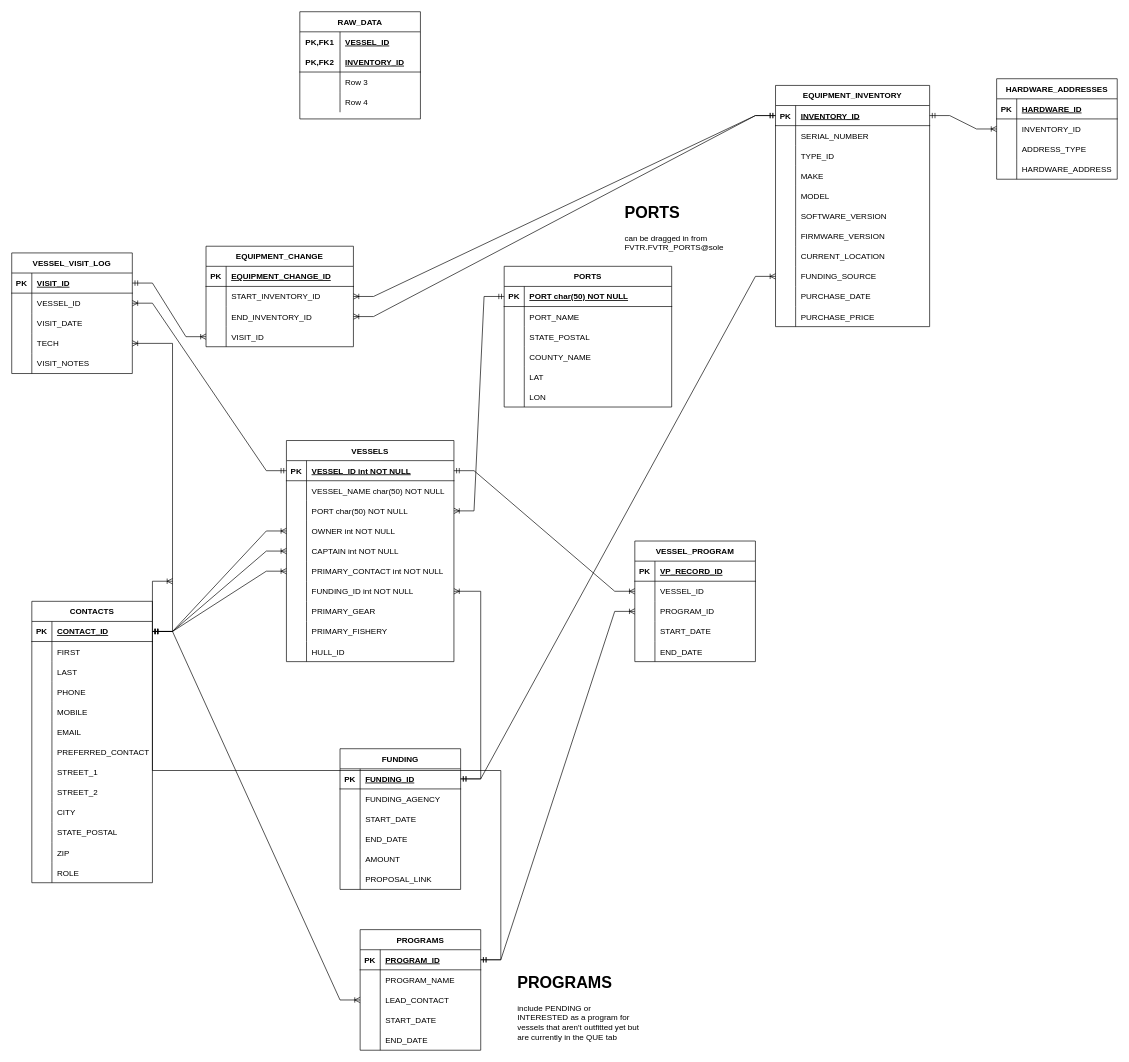
This is eMOLT.drawio from GMaynard1/emolt_project_management, a draw.io file, before an edit. Source tidied: cells renumbered, new cells numbered last; positions are measured from the earlier drawing's top-left corner, leaving out a move shared by most shapes. Both pictures are drawn from the tidied source at 67%, with x=0, y=0 at pixel (11, 11).
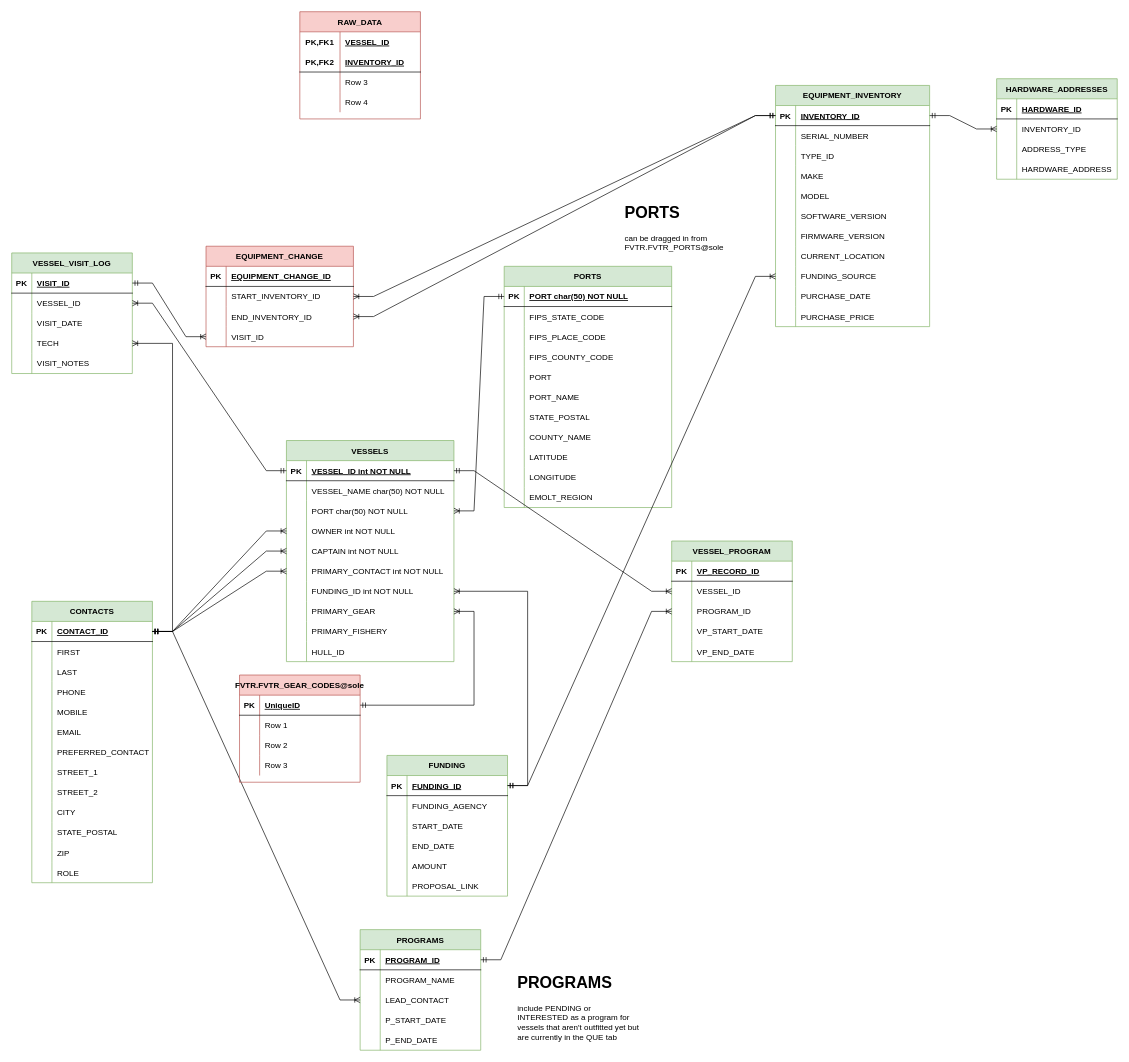
After the change.

Unchanged cells that the change refers to:
```xml
<mxCell id="6" style="shape=partialRectangle;fillColor=none;top=0;left=0;right=0;bottom=0;" parent="2" vertex="1">
  <mxGeometry y="60" width="250" height="30" as="geometry" />
</mxCell>
<mxCell id="9" style="shape=partialRectangle;fillColor=none;top=0;left=0;right=0;bottom=0;" parent="2" vertex="1">
  <mxGeometry y="90" width="250" height="30" as="geometry" />
</mxCell>
<mxCell id="12" style="shape=partialRectangle;fillColor=none;top=0;left=0;right=0;bottom=0;" parent="2" vertex="1">
  <mxGeometry y="120" width="250" height="30" as="geometry" />
</mxCell>
<mxCell id="15" style="shape=partialRectangle;fillColor=none;top=0;left=0;right=0;bottom=0;" parent="2" vertex="1">
  <mxGeometry y="150" width="250" height="30" as="geometry" />
</mxCell>
<mxCell id="18" style="shape=partialRectangle;fillColor=none;top=0;left=0;right=0;bottom=0;" parent="2" vertex="1">
  <mxGeometry y="180" width="250" height="30" as="geometry" />
</mxCell>
<mxCell id="43" style="shape=partialRectangle;fillColor=none;points=[[0,0.5],[1,0.5]];portConstraint=eastwest;top=0;left=0;right=0;bottom=0;" parent="21" vertex="1">
  <mxGeometry y="240" width="250" height="30" as="geometry" />
</mxCell>
<mxCell id="97" style="shape=partialRectangle;fillColor=none;top=0;left=0;bottom=1;right=0;points=[[0,0.5],[1,0.5]];portConstraint=eastwest;" parent="96" vertex="1">
  <mxGeometry y="30" width="180" height="30" as="geometry" />
</mxCell>
<mxCell id="106" style="shape=partialRectangle;fillColor=none;top=0;left=0;bottom=0;right=0;" parent="96" vertex="1">
  <mxGeometry y="120" width="180" height="30" as="geometry" />
</mxCell>
<mxCell id="109" style="shape=partialRectangle;fillColor=none;top=0;left=0;bottom=0;right=0;" parent="96" vertex="1">
  <mxGeometry y="150" width="180" height="30" as="geometry" />
</mxCell>
<mxCell id="229" style="shape=tableRow;horizontal=0;startSize=0;swimlaneHead=0;swimlaneBody=0;fillColor=none;top=0;left=0;right=0;bottom=0;" parent="219" vertex="1">
  <mxGeometry y="120" width="180" height="30" as="geometry" />
</mxCell>
<mxCell id="232" style="shape=tableRow;horizontal=0;startSize=0;swimlaneHead=0;swimlaneBody=0;fillColor=none;top=0;left=0;right=0;bottom=0;" parent="219" vertex="1">
  <mxGeometry y="150" width="180" height="30" as="geometry" />
</mxCell>
```

Change to the diagram source:
```diff
@@
-    <mxCell id="2" value="PORTS" style="shape=table;startSize=30;childLayout=tableLayout;rowLines=0;fontStyle=1;align=center;" parent="1" vertex="1">
-      <mxGeometry x="735" y="380" width="250" height="210" as="geometry" />
+    <mxCell id="2" value="PORTS" style="shape=table;startSize=30;childLayout=tableLayout;rowLines=0;fontStyle=1;align=center;fillColor=#d5e8d4;strokeColor=#82b366;" parent="1" vertex="1">
+      <mxGeometry x="735" y="380" width="250" height="360" as="geometry" />
     </mxCell>
@@
-    <mxCell id="8" value="PORT_NAME " style="shape=partialRectangle;overflow=hidden;fillColor=none;top=0;left=0;bottom=0;right=0;align=left;spacingLeft=6;" parent="6" vertex="1">
+    <mxCell id="8" value="FIPS_STATE_CODE" style="shape=partialRectangle;overflow=hidden;fillColor=none;top=0;left=0;bottom=0;right=0;align=left;spacingLeft=6;" parent="6" vertex="1">
       <mxGeometry x="30" width="220" height="30" as="geometry" />
     </mxCell>
@@
-    <mxCell id="11" value="STATE_POSTAL" style="shape=partialRectangle;overflow=hidden;fillColor=none;top=0;left=0;bottom=0;right=0;align=left;spacingLeft=6;" parent="9" vertex="1">
+    <mxCell id="11" value="FIPS_PLACE_CODE" style="shape=partialRectangle;overflow=hidden;fillColor=none;top=0;left=0;bottom=0;right=0;align=left;spacingLeft=6;" parent="9" vertex="1">
       <mxGeometry x="30" width="220" height="30" as="geometry" />
     </mxCell>
@@
-    <mxCell id="14" value="COUNTY_NAME" style="shape=partialRectangle;overflow=hidden;fillColor=none;top=0;left=0;bottom=0;right=0;align=left;spacingLeft=6;" parent="12" vertex="1">
+    <mxCell id="14" value="FIPS_COUNTY_CODE" style="shape=partialRectangle;overflow=hidden;fillColor=none;top=0;left=0;bottom=0;right=0;align=left;spacingLeft=6;" parent="12" vertex="1">
       <mxGeometry x="30" width="220" height="30" as="geometry" />
     </mxCell>
@@
-    <mxCell id="17" value="LAT" style="shape=partialRectangle;overflow=hidden;fillColor=none;top=0;left=0;bottom=0;right=0;align=left;spacingLeft=6;" parent="15" vertex="1">
+    <mxCell id="17" value="PORT" style="shape=partialRectangle;overflow=hidden;fillColor=none;top=0;left=0;bottom=0;right=0;align=left;spacingLeft=6;" parent="15" vertex="1">
       <mxGeometry x="30" width="220" height="30" as="geometry" />
     </mxCell>
@@
-    <mxCell id="20" value="LON" style="shape=partialRectangle;overflow=hidden;fillColor=none;top=0;left=0;bottom=0;right=0;align=left;spacingLeft=6;" parent="18" vertex="1">
+    <mxCell id="20" value="PORT_NAME" style="shape=partialRectangle;overflow=hidden;fillColor=none;top=0;left=0;bottom=0;right=0;align=left;spacingLeft=6;" parent="18" vertex="1">
       <mxGeometry x="30" width="220" height="30" as="geometry" />
     </mxCell>
+    <mxCell id="250" style="shape=partialRectangle;fillColor=none;top=0;left=0;right=0;bottom=0;" parent="2" vertex="1">
+      <mxGeometry y="210" width="250" height="30" as="geometry" />
+    </mxCell>
+    <mxCell id="251" style="shape=partialRectangle;overflow=hidden;fillColor=none;top=0;left=0;bottom=0;right=0;" parent="250" vertex="1">
+      <mxGeometry width="30" height="30" as="geometry" />
+    </mxCell>
+    <mxCell id="252" value="STATE_POSTAL" style="shape=partialRectangle;overflow=hidden;fillColor=none;top=0;left=0;bottom=0;right=0;align=left;spacingLeft=6;" parent="250" vertex="1">
+      <mxGeometry x="30" width="220" height="30" as="geometry" />
+    </mxCell>
+    <mxCell id="253" style="shape=partialRectangle;fillColor=none;top=0;left=0;right=0;bottom=0;" parent="2" vertex="1">
+      <mxGeometry y="240" width="250" height="30" as="geometry" />
+    </mxCell>
+    <mxCell id="254" style="shape=partialRectangle;overflow=hidden;fillColor=none;top=0;left=0;bottom=0;right=0;" parent="253" vertex="1">
+      <mxGeometry width="30" height="30" as="geometry" />
+    </mxCell>
+    <mxCell id="255" value="COUNTY_NAME" style="shape=partialRectangle;overflow=hidden;fillColor=none;top=0;left=0;bottom=0;right=0;align=left;spacingLeft=6;" parent="253" vertex="1">
+      <mxGeometry x="30" width="220" height="30" as="geometry" />
+    </mxCell>
+    <mxCell id="256" style="shape=partialRectangle;fillColor=none;top=0;left=0;right=0;bottom=0;" parent="2" vertex="1">
+      <mxGeometry y="270" width="250" height="30" as="geometry" />
+    </mxCell>
+    <mxCell id="257" style="shape=partialRectangle;overflow=hidden;fillColor=none;top=0;left=0;bottom=0;right=0;" parent="256" vertex="1">
+      <mxGeometry width="30" height="30" as="geometry" />
+    </mxCell>
+    <mxCell id="258" value="LATITUDE" style="shape=partialRectangle;overflow=hidden;fillColor=none;top=0;left=0;bottom=0;right=0;align=left;spacingLeft=6;" parent="256" vertex="1">
+      <mxGeometry x="30" width="220" height="30" as="geometry" />
+    </mxCell>
+    <mxCell id="259" style="shape=partialRectangle;fillColor=none;top=0;left=0;right=0;bottom=0;" parent="2" vertex="1">
+      <mxGeometry y="300" width="250" height="30" as="geometry" />
+    </mxCell>
+    <mxCell id="260" style="shape=partialRectangle;overflow=hidden;fillColor=none;top=0;left=0;bottom=0;right=0;" parent="259" vertex="1">
+      <mxGeometry width="30" height="30" as="geometry" />
+    </mxCell>
+    <mxCell id="261" value="LONGITUDE" style="shape=partialRectangle;overflow=hidden;fillColor=none;top=0;left=0;bottom=0;right=0;align=left;spacingLeft=6;" parent="259" vertex="1">
+      <mxGeometry x="30" width="220" height="30" as="geometry" />
+    </mxCell>
+    <mxCell id="262" style="shape=partialRectangle;fillColor=none;top=0;left=0;right=0;bottom=0;" parent="2" vertex="1">
+      <mxGeometry y="330" width="250" height="30" as="geometry" />
+    </mxCell>
+    <mxCell id="263" style="shape=partialRectangle;overflow=hidden;fillColor=none;top=0;left=0;bottom=0;right=0;" parent="262" vertex="1">
+      <mxGeometry width="30" height="30" as="geometry" />
+    </mxCell>
+    <mxCell id="264" value="EMOLT_REGION" style="shape=partialRectangle;overflow=hidden;fillColor=none;top=0;left=0;bottom=0;right=0;align=left;spacingLeft=6;" parent="262" vertex="1">
+      <mxGeometry x="30" width="220" height="30" as="geometry" />
+    </mxCell>
-    <mxCell id="21" value="VESSELS" style="shape=table;startSize=30;childLayout=tableLayout;rowLines=0;fontStyle=1;align=center;" parent="1" vertex="1">
+    <mxCell id="21" value="VESSELS" style="shape=table;startSize=30;childLayout=tableLayout;rowLines=0;fontStyle=1;align=center;fillColor=#d5e8d4;strokeColor=#82b366;" parent="1" vertex="1">
       <mxGeometry x="410" y="640" width="250" height="330" as="geometry" />
     </mxCell>
@@
-    <mxCell id="53" value="CONTACTS" style="shape=table;startSize=30;childLayout=tableLayout;rowLines=0;fontStyle=1;align=center;" parent="1" vertex="1">
+    <mxCell id="53" value="CONTACTS" style="shape=table;startSize=30;childLayout=tableLayout;rowLines=0;fontStyle=1;align=center;fillColor=#d5e8d4;strokeColor=#82b366;" parent="1" vertex="1">
       <mxGeometry x="30" y="880" width="180" height="420" as="geometry" />
     </mxCell>
@@
-    <mxCell id="96" value="PROGRAMS" style="shape=table;startSize=30;childLayout=tableLayout;rowLines=0;fontStyle=1;align=center;" parent="1" vertex="1">
+    <mxCell id="96" value="PROGRAMS" style="shape=table;startSize=30;childLayout=tableLayout;rowLines=0;fontStyle=1;align=center;fillColor=#d5e8d4;strokeColor=#82b366;" parent="1" vertex="1">
       <mxGeometry x="520" y="1370" width="180" height="180" as="geometry" />
     </mxCell>
@@
-    <mxCell id="108" value="START_DATE" style="shape=partialRectangle;fillColor=none;top=0;left=0;bottom=0;right=0;align=left;spacingLeft=6;overflow=hidden;" parent="106" vertex="1">
+    <mxCell id="108" value="P_START_DATE" style="shape=partialRectangle;fillColor=none;top=0;left=0;bottom=0;right=0;align=left;spacingLeft=6;overflow=hidden;" parent="106" vertex="1">
       <mxGeometry x="30" width="150" height="30" as="geometry" />
     </mxCell>
@@
-    <mxCell id="111" value="END_DATE" style="shape=partialRectangle;fillColor=none;top=0;left=0;bottom=0;right=0;align=left;spacingLeft=6;overflow=hidden;" parent="109" vertex="1">
+    <mxCell id="111" value="P_END_DATE" style="shape=partialRectangle;fillColor=none;top=0;left=0;bottom=0;right=0;align=left;spacingLeft=6;overflow=hidden;" parent="109" vertex="1">
       <mxGeometry x="30" width="150" height="30" as="geometry" />
     </mxCell>
-    <mxCell id="112" style="edgeStyle=entityRelationEdgeStyle;fontSize=12;html=1;endArrow=ERoneToMany;startArrow=ERmandOne;rounded=0;" parent="1" edge="1" source="97">
-      <mxGeometry relative="1" as="geometry">
-        <mxPoint x="240" y="850" as="targetPoint" />
-      </mxGeometry>
-    </mxCell>
@@
-    <mxCell id="114" value="FUNDING" style="shape=table;startSize=30;childLayout=tableLayout;rowLines=0;fontStyle=1;align=center;" parent="1" vertex="1">
-      <mxGeometry x="490" y="1100" width="180" height="210" as="geometry" />
+    <mxCell id="114" value="FUNDING" style="shape=table;startSize=30;childLayout=tableLayout;rowLines=0;fontStyle=1;align=center;fillColor=#d5e8d4;strokeColor=#82b366;" parent="1" vertex="1">
+      <mxGeometry x="560" y="1110" width="180" height="210" as="geometry" />
     </mxCell>
@@
-    <mxCell id="134" value="VESSEL_VISIT_LOG" style="shape=table;startSize=30;childLayout=tableLayout;rowLines=0;fontStyle=1;align=center;" parent="1" vertex="1">
+    <mxCell id="134" value="VESSEL_VISIT_LOG" style="shape=table;startSize=30;childLayout=tableLayout;rowLines=0;fontStyle=1;align=center;fillColor=#d5e8d4;strokeColor=#82b366;" parent="1" vertex="1">
       <mxGeometry y="360" width="180" height="180" as="geometry" />
     </mxCell>
@@
-    <mxCell id="152" value="EQUIPMENT_CHANGE" style="shape=table;startSize=30;childLayout=tableLayout;rowLines=0;fontStyle=1;align=center;" parent="1" vertex="1">
+    <mxCell id="152" value="EQUIPMENT_CHANGE" style="shape=table;startSize=30;childLayout=tableLayout;rowLines=0;fontStyle=1;align=center;fillColor=#f8cecc;strokeColor=#b85450;" parent="1" vertex="1">
       <mxGeometry x="290" y="350" width="220" height="150" as="geometry" />
     </mxCell>
@@
-    <mxCell id="165" value="EQUIPMENT_INVENTORY" style="shape=table;startSize=30;childLayout=tableLayout;rowLines=0;fontStyle=1;align=center;" parent="1" vertex="1">
+    <mxCell id="165" value="EQUIPMENT_INVENTORY" style="shape=table;startSize=30;childLayout=tableLayout;rowLines=0;fontStyle=1;align=center;fillColor=#d5e8d4;strokeColor=#82b366;" parent="1" vertex="1">
       <mxGeometry x="1140" y="110" width="230" height="360" as="geometry" />
     </mxCell>
@@
-    <mxCell id="205" value="HARDWARE_ADDRESSES" style="shape=table;startSize=30;childLayout=tableLayout;rowLines=0;fontStyle=1;align=center;" parent="1" vertex="1">
+    <mxCell id="205" value="HARDWARE_ADDRESSES" style="shape=table;startSize=30;childLayout=tableLayout;rowLines=0;fontStyle=1;align=center;fillColor=#d5e8d4;strokeColor=#82b366;" parent="1" vertex="1">
       <mxGeometry x="1470" y="100" width="180" height="150" as="geometry" />
     </mxCell>
@@
-    <mxCell id="219" value="VESSEL_PROGRAM" style="shape=table;startSize=30;childLayout=tableLayout;rowLines=0;fontStyle=1;align=center;" parent="1" vertex="1">
-      <mxGeometry x="930" y="790" width="180" height="180" as="geometry" />
+    <mxCell id="219" value="VESSEL_PROGRAM" style="shape=table;startSize=30;childLayout=tableLayout;rowLines=0;fontStyle=1;align=center;fillColor=#d5e8d4;strokeColor=#82b366;" parent="1" vertex="1">
+      <mxGeometry x="985" y="790" width="180" height="180" as="geometry" />
     </mxCell>
@@
-    <mxCell id="231" value="START_DATE" style="shape=partialRectangle;fillColor=none;top=0;left=0;bottom=0;right=0;align=left;spacingLeft=6;overflow=hidden;" parent="229" vertex="1">
+    <mxCell id="231" value="VP_START_DATE" style="shape=partialRectangle;fillColor=none;top=0;left=0;bottom=0;right=0;align=left;spacingLeft=6;overflow=hidden;" parent="229" vertex="1">
       <mxGeometry x="30" width="150" height="30" as="geometry" />
     </mxCell>
@@
-    <mxCell id="234" value="END_DATE" style="shape=partialRectangle;fillColor=none;top=0;left=0;bottom=0;right=0;align=left;spacingLeft=6;overflow=hidden;" parent="232" vertex="1">
+    <mxCell id="234" value="VP_END_DATE" style="shape=partialRectangle;fillColor=none;top=0;left=0;bottom=0;right=0;align=left;spacingLeft=6;overflow=hidden;" parent="232" vertex="1">
       <mxGeometry x="30" width="150" height="30" as="geometry" />
     </mxCell>
@@
-    <mxCell id="237" value="RAW_DATA" style="shape=table;startSize=30;childLayout=tableLayout;rowLines=0;fontStyle=1;align=center;" parent="1" vertex="1">
+    <mxCell id="237" value="RAW_DATA" style="shape=table;startSize=30;childLayout=tableLayout;rowLines=0;fontStyle=1;align=center;fillColor=#f8cecc;strokeColor=#b85450;" parent="1" vertex="1">
       <mxGeometry x="430" width="180" height="160" as="geometry" />
     </mxCell>
@@
+    <mxCell id="265" value="FVTR.FVTR_GEAR_CODES@sole" style="shape=table;startSize=30;childLayout=tableLayout;rowLines=0;fontStyle=1;align=center;fillColor=#f8cecc;strokeColor=#b85450;" parent="1" vertex="1">
+      <mxGeometry x="340" y="990" width="180" height="160" as="geometry" />
+    </mxCell>
+    <mxCell id="266" style="shape=tableRow;horizontal=0;startSize=0;swimlaneHead=0;swimlaneBody=0;fillColor=none;points=[[0,0.5],[1,0.5]];portConstraint=eastwest;top=0;left=0;right=0;bottom=1;" parent="265" vertex="1">
+      <mxGeometry y="30" width="180" height="30" as="geometry" />
+    </mxCell>
+    <mxCell id="267" value="PK" style="shape=partialRectangle;fillColor=none;top=0;left=0;bottom=0;right=0;fontStyle=1;overflow=hidden;" parent="266" vertex="1">
+      <mxGeometry width="30" height="30" as="geometry" />
+    </mxCell>
+    <mxCell id="268" value="UniqueID" style="shape=partialRectangle;fillColor=none;top=0;left=0;bottom=0;right=0;align=left;spacingLeft=6;fontStyle=5;overflow=hidden;" parent="266" vertex="1">
+      <mxGeometry x="30" width="150" height="30" as="geometry" />
+    </mxCell>
+    <mxCell id="269" style="shape=tableRow;horizontal=0;startSize=0;swimlaneHead=0;swimlaneBody=0;fillColor=none;top=0;left=0;right=0;bottom=0;" parent="265" vertex="1">
+      <mxGeometry y="60" width="180" height="30" as="geometry" />
+    </mxCell>
+    <mxCell id="270" style="shape=partialRectangle;fillColor=none;top=0;left=0;bottom=0;right=0;overflow=hidden;" parent="269" vertex="1">
+      <mxGeometry width="30" height="30" as="geometry" />
+    </mxCell>
+    <mxCell id="271" value="Row 1" style="shape=partialRectangle;fillColor=none;top=0;left=0;bottom=0;right=0;align=left;spacingLeft=6;overflow=hidden;" parent="269" vertex="1">
+      <mxGeometry x="30" width="150" height="30" as="geometry" />
+    </mxCell>
+    <mxCell id="272" style="shape=tableRow;horizontal=0;startSize=0;swimlaneHead=0;swimlaneBody=0;fillColor=none;top=0;left=0;right=0;bottom=0;" parent="265" vertex="1">
+      <mxGeometry y="90" width="180" height="30" as="geometry" />
+    </mxCell>
+    <mxCell id="273" style="shape=partialRectangle;fillColor=none;top=0;left=0;bottom=0;right=0;overflow=hidden;" parent="272" vertex="1">
+      <mxGeometry width="30" height="30" as="geometry" />
+    </mxCell>
+    <mxCell id="274" value="Row 2" style="shape=partialRectangle;fillColor=none;top=0;left=0;bottom=0;right=0;align=left;spacingLeft=6;overflow=hidden;" parent="272" vertex="1">
+      <mxGeometry x="30" width="150" height="30" as="geometry" />
+    </mxCell>
+    <mxCell id="275" style="shape=tableRow;horizontal=0;startSize=0;swimlaneHead=0;swimlaneBody=0;fillColor=none;top=0;left=0;right=0;bottom=0;" parent="265" vertex="1">
+      <mxGeometry y="120" width="180" height="30" as="geometry" />
+    </mxCell>
+    <mxCell id="276" style="shape=partialRectangle;fillColor=none;top=0;left=0;bottom=0;right=0;overflow=hidden;" parent="275" vertex="1">
+      <mxGeometry width="30" height="30" as="geometry" />
+    </mxCell>
+    <mxCell id="277" value="Row 3" style="shape=partialRectangle;fillColor=none;top=0;left=0;bottom=0;right=0;align=left;spacingLeft=6;overflow=hidden;" parent="275" vertex="1">
+      <mxGeometry x="30" width="150" height="30" as="geometry" />
+    </mxCell>
+    <mxCell id="278" style="edgeStyle=entityRelationEdgeStyle;fontSize=12;html=1;endArrow=ERoneToMany;startArrow=ERmandOne;rounded=0;" parent="1" edge="1" source="266" target="43">
+      <mxGeometry relative="1" as="geometry" />
+    </mxCell>
```
